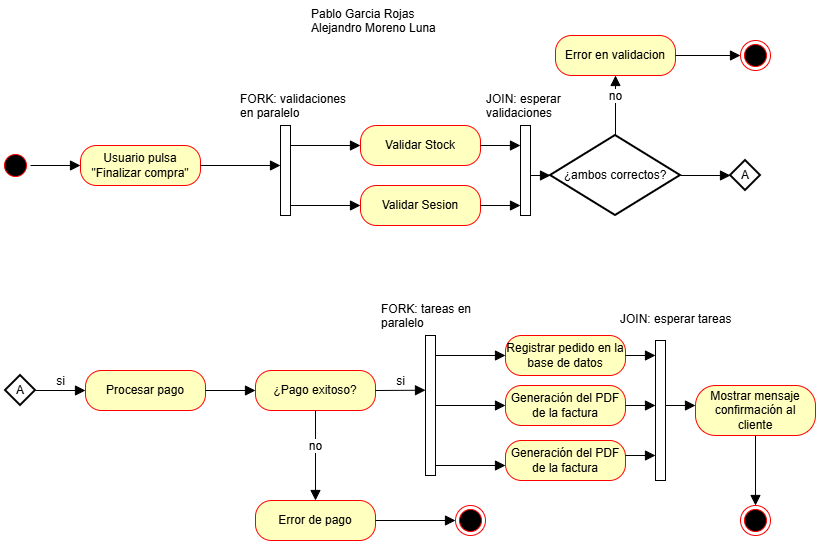
Earlier version of the draw.io export img/Diagrama.drawio.png (alejandromoreno25/EDD_UML_Moreno_Alejandro). Source tidied: cells renumbered, new cells last; positions are measured from the earlier drawing's top-left corner, leaving out a move shared by most shapes. The source it was exported from:
```xml
<mxGraphModel>
  <root>
    <mxCell id="0" />
    <mxCell id="1" parent="0" />
    <mxCell id="2" style="ellipse;html=1;shape=startState;fillColor=#000000;strokeColor=#ff0000;" parent="1" vertex="1">
      <mxGeometry y="150" width="30" height="30" as="geometry" />
    </mxCell>
    <mxCell id="3" style="html=1;points=[[0,0,0,0,5],[0,1,0,0,-5],[1,0,0,0,5],[1,1,0,0,-5]];perimeter=orthogonalPerimeter;outlineConnect=0;targetShapes=umlLifeline;portConstraint=eastwest;newEdgeStyle={&quot;curved&quot;:0,&quot;rounded&quot;:0};" parent="1" vertex="1">
      <mxGeometry x="280" y="125" width="10" height="90" as="geometry" />
    </mxCell>
    <mxCell id="4" value="Usuario pulsa&lt;div&gt;&quot;Finalizar compra&quot;&lt;/div&gt;" style="rounded=1;whiteSpace=wrap;html=1;arcSize=40;fontColor=#000000;fillColor=#ffffc0;strokeColor=#ff0000;" parent="1" vertex="1">
      <mxGeometry x="80" y="145" width="120" height="40" as="geometry" />
    </mxCell>
    <mxCell id="5" value="Validar Stock" style="rounded=1;whiteSpace=wrap;html=1;arcSize=40;fontColor=#000000;fillColor=#ffffc0;strokeColor=#ff0000;" parent="1" vertex="1">
      <mxGeometry x="360" y="125" width="120" height="40" as="geometry" />
    </mxCell>
    <mxCell id="6" value="Validar Sesion" style="rounded=1;whiteSpace=wrap;html=1;arcSize=40;fontColor=#000000;fillColor=#ffffc0;strokeColor=#ff0000;" parent="1" vertex="1">
      <mxGeometry x="360" y="185" width="120" height="40" as="geometry" />
    </mxCell>
    <mxCell id="7" style="html=1;verticalAlign=bottom;endArrow=block;curved=0;rounded=0;fontSize=12;startSize=8;endSize=8;entryX=0;entryY=0.5;entryDx=0;entryDy=0;" parent="1" edge="1" source="3" target="5">
      <mxGeometry relative="1" as="geometry" />
    </mxCell>
    <mxCell id="8" style="html=1;verticalAlign=bottom;endArrow=block;curved=0;rounded=0;fontSize=12;startSize=8;endSize=8;entryX=0;entryY=0.5;entryDx=0;entryDy=0;" parent="1" edge="1" source="3" target="6">
      <mxGeometry relative="1" as="geometry" />
    </mxCell>
    <mxCell id="9" style="html=1;verticalAlign=bottom;endArrow=block;curved=0;rounded=0;fontSize=12;startSize=8;endSize=8;exitX=1;exitY=0.5;exitDx=0;exitDy=0;" parent="1" edge="1" source="4" target="3">
      <mxGeometry relative="1" as="geometry" />
    </mxCell>
    <mxCell id="10" style="html=1;verticalAlign=bottom;endArrow=block;curved=0;rounded=0;fontSize=12;startSize=8;endSize=8;exitX=1;exitY=0.5;exitDx=0;exitDy=0;" parent="1" edge="1" source="2" target="4">
      <mxGeometry relative="1" as="geometry" />
    </mxCell>
    <mxCell id="11" value="¿ambos correctos?" style="strokeWidth=2;html=1;shape=mxgraph.flowchart.decision;whiteSpace=wrap;" parent="1" vertex="1">
      <mxGeometry x="550" y="135" width="130" height="80" as="geometry" />
    </mxCell>
    <mxCell id="12" style="html=1;points=[[0,0,0,0,5],[0,1,0,0,-5],[1,0,0,0,5],[1,1,0,0,-5]];perimeter=orthogonalPerimeter;outlineConnect=0;targetShapes=umlLifeline;portConstraint=eastwest;newEdgeStyle={&quot;curved&quot;:0,&quot;rounded&quot;:0};" parent="1" vertex="1">
      <mxGeometry x="520" y="125" width="10" height="90" as="geometry" />
    </mxCell>
    <mxCell id="13" style="html=1;verticalAlign=bottom;endArrow=block;curved=0;rounded=0;fontSize=12;startSize=8;endSize=8;exitX=1;exitY=0.5;exitDx=0;exitDy=0;" parent="1" edge="1" source="5" target="12">
      <mxGeometry relative="1" as="geometry" />
    </mxCell>
    <mxCell id="14" style="html=1;verticalAlign=bottom;endArrow=block;curved=0;rounded=0;fontSize=12;startSize=8;endSize=8;entryX=0;entryY=0.889;entryDx=0;entryDy=0;entryPerimeter=0;" parent="1" edge="1" source="6" target="12">
      <mxGeometry relative="1" as="geometry" />
    </mxCell>
    <mxCell id="15" style="html=1;verticalAlign=bottom;endArrow=block;curved=0;rounded=0;fontSize=12;startSize=8;endSize=8;entryX=0;entryY=0.5;entryDx=0;entryDy=0;entryPerimeter=0;" parent="1" edge="1" source="12" target="11">
      <mxGeometry relative="1" as="geometry" />
    </mxCell>
    <mxCell id="16" value="A" style="strokeWidth=2;html=1;shape=mxgraph.flowchart.decision;whiteSpace=wrap;" parent="1" vertex="1">
      <mxGeometry x="730" y="160" width="30" height="30" as="geometry" />
    </mxCell>
    <mxCell id="17" style="html=1;verticalAlign=bottom;endArrow=block;curved=0;rounded=0;fontSize=12;startSize=8;endSize=8;entryX=0;entryY=0.5;entryDx=0;entryDy=0;entryPerimeter=0;exitX=1;exitY=0.5;exitDx=0;exitDy=0;exitPerimeter=0;" parent="1" edge="1" source="11" target="16">
      <mxGeometry relative="1" as="geometry" />
    </mxCell>
    <mxCell id="18" value="A" style="strokeWidth=2;html=1;shape=mxgraph.flowchart.decision;whiteSpace=wrap;" parent="1" vertex="1">
      <mxGeometry x="5" y="375" width="30" height="30" as="geometry" />
    </mxCell>
    <mxCell id="19" value="Procesar pago" style="rounded=1;whiteSpace=wrap;html=1;arcSize=40;fontColor=#000000;fillColor=#ffffc0;strokeColor=#ff0000;" parent="1" vertex="1">
      <mxGeometry x="85" y="370" width="120" height="40" as="geometry" />
    </mxCell>
    <mxCell id="20" value="si" style="html=1;verticalAlign=bottom;endArrow=block;curved=0;rounded=0;fontSize=12;startSize=8;endSize=8;entryX=0;entryY=0.5;entryDx=0;entryDy=0;exitX=1;exitY=0.5;exitDx=0;exitDy=0;exitPerimeter=0;" parent="1" edge="1" source="18" target="19">
      <mxGeometry relative="1" as="geometry" />
    </mxCell>
    <mxCell id="21" value="Error en validacion" style="rounded=1;whiteSpace=wrap;html=1;arcSize=40;fontColor=#000000;fillColor=#ffffc0;strokeColor=#ff0000;" parent="1" vertex="1">
      <mxGeometry x="555" y="35" width="120" height="40" as="geometry" />
    </mxCell>
    <mxCell id="22" style="ellipse;html=1;shape=endState;fillColor=#000000;strokeColor=#ff0000;" parent="1" vertex="1">
      <mxGeometry x="740" y="40" width="30" height="30" as="geometry" />
    </mxCell>
    <mxCell id="23" style="html=1;verticalAlign=bottom;endArrow=block;curved=0;rounded=0;fontSize=12;startSize=8;endSize=8;entryX=0;entryY=0.5;entryDx=0;entryDy=0;exitX=1;exitY=0.5;exitDx=0;exitDy=0;" parent="1" edge="1" source="21" target="22">
      <mxGeometry relative="1" as="geometry" />
    </mxCell>
    <mxCell id="24" value="no" style="html=1;verticalAlign=bottom;endArrow=block;curved=0;rounded=0;fontSize=12;startSize=8;endSize=8;entryX=0.5;entryY=1;entryDx=0;entryDy=0;exitX=0.5;exitY=0;exitDx=0;exitDy=0;exitPerimeter=0;" parent="1" edge="1" source="11" target="21">
      <mxGeometry relative="1" as="geometry" />
    </mxCell>
    <mxCell id="25" value="¿Pago exitoso?" style="rounded=1;whiteSpace=wrap;html=1;arcSize=40;fontColor=#000000;fillColor=#ffffc0;strokeColor=#ff0000;" parent="1" vertex="1">
      <mxGeometry x="255" y="370" width="120" height="40" as="geometry" />
    </mxCell>
    <mxCell id="26" style="html=1;verticalAlign=bottom;endArrow=block;curved=0;rounded=0;fontSize=12;startSize=8;endSize=8;entryX=0;entryY=0.5;entryDx=0;entryDy=0;exitX=1;exitY=0.5;exitDx=0;exitDy=0;exitPerimeter=0;" parent="1" edge="1" target="25">
      <mxGeometry relative="1" as="geometry">
        <mxPoint x="205" y="390" as="sourcePoint" />
      </mxGeometry>
    </mxCell>
    <mxCell id="27" value="Error de pago" style="rounded=1;whiteSpace=wrap;html=1;arcSize=40;fontColor=#000000;fillColor=#ffffc0;strokeColor=#ff0000;" parent="1" vertex="1">
      <mxGeometry x="255" y="500" width="120" height="40" as="geometry" />
    </mxCell>
    <mxCell id="28" style="ellipse;html=1;shape=endState;fillColor=#000000;strokeColor=#ff0000;" parent="1" vertex="1">
      <mxGeometry x="455" y="505" width="30" height="30" as="geometry" />
    </mxCell>
    <mxCell id="29" style="html=1;verticalAlign=bottom;endArrow=block;curved=0;rounded=0;fontSize=12;startSize=8;endSize=8;entryX=0;entryY=0.5;entryDx=0;entryDy=0;exitX=1;exitY=0.5;exitDx=0;exitDy=0;" parent="1" edge="1" source="27" target="28">
      <mxGeometry relative="1" as="geometry" />
    </mxCell>
    <mxCell id="30" value="no" style="html=1;verticalAlign=bottom;endArrow=block;curved=0;rounded=0;fontSize=12;startSize=8;endSize=8;entryX=0.5;entryY=0;entryDx=0;entryDy=0;exitX=0.5;exitY=1;exitDx=0;exitDy=0;" parent="1" edge="1" source="25" target="27">
      <mxGeometry relative="1" as="geometry" />
    </mxCell>
    <mxCell id="31" value="si" style="html=1;verticalAlign=bottom;endArrow=block;curved=0;rounded=0;fontSize=12;startSize=8;endSize=8;entryX=0;entryY=0.5;entryDx=0;entryDy=0;" parent="1" edge="1">
      <mxGeometry relative="1" as="geometry">
        <mxPoint x="375" y="390" as="sourcePoint" />
        <mxPoint x="425" y="389.7" as="targetPoint" />
      </mxGeometry>
    </mxCell>
    <mxCell id="32" style="html=1;points=[[0,0,0,0,5],[0,1,0,0,-5],[1,0,0,0,5],[1,1,0,0,-5]];perimeter=orthogonalPerimeter;outlineConnect=0;targetShapes=umlLifeline;portConstraint=eastwest;newEdgeStyle={&quot;curved&quot;:0,&quot;rounded&quot;:0};" parent="1" vertex="1">
      <mxGeometry x="425" y="335" width="10" height="140" as="geometry" />
    </mxCell>
    <mxCell id="33" style="html=1;verticalAlign=bottom;endArrow=block;curved=0;rounded=0;fontSize=12;startSize=8;endSize=8;entryX=0;entryY=0.5;entryDx=0;entryDy=0;" parent="1" edge="1" source="32">
      <mxGeometry relative="1" as="geometry">
        <mxPoint x="505" y="355" as="targetPoint" />
      </mxGeometry>
    </mxCell>
    <mxCell id="34" style="html=1;verticalAlign=bottom;endArrow=block;curved=0;rounded=0;fontSize=12;startSize=8;endSize=8;entryX=0;entryY=0.5;entryDx=0;entryDy=0;" parent="1" edge="1">
      <mxGeometry relative="1" as="geometry">
        <mxPoint x="435" y="405" as="sourcePoint" />
        <mxPoint x="505" y="405" as="targetPoint" />
      </mxGeometry>
    </mxCell>
    <mxCell id="35" value="Registrar pedido en la base de datos" style="rounded=1;whiteSpace=wrap;html=1;arcSize=40;fontColor=#000000;fillColor=#ffffc0;strokeColor=#ff0000;" parent="1" vertex="1">
      <mxGeometry x="505" y="335" width="120" height="40" as="geometry" />
    </mxCell>
    <mxCell id="36" style="html=1;verticalAlign=bottom;endArrow=block;curved=0;rounded=0;fontSize=12;startSize=8;endSize=8;entryX=0;entryY=0.5;entryDx=0;entryDy=0;" parent="1" edge="1">
      <mxGeometry relative="1" as="geometry">
        <mxPoint x="435" y="465" as="sourcePoint" />
        <mxPoint x="505" y="465" as="targetPoint" />
      </mxGeometry>
    </mxCell>
    <mxCell id="37" value="Generación del PDF de la factura" style="rounded=1;whiteSpace=wrap;html=1;arcSize=40;fontColor=#000000;fillColor=#ffffc0;strokeColor=#ff0000;" parent="1" vertex="1">
      <mxGeometry x="505" y="385" width="120" height="40" as="geometry" />
    </mxCell>
    <mxCell id="38" value="Generación del PDF de la factura" style="rounded=1;whiteSpace=wrap;html=1;arcSize=40;fontColor=#000000;fillColor=#ffffc0;strokeColor=#ff0000;" parent="1" vertex="1">
      <mxGeometry x="505" y="440" width="120" height="40" as="geometry" />
    </mxCell>
    <mxCell id="39" style="html=1;points=[[0,0,0,0,5],[0,1,0,0,-5],[1,0,0,0,5],[1,1,0,0,-5]];perimeter=orthogonalPerimeter;outlineConnect=0;targetShapes=umlLifeline;portConstraint=eastwest;newEdgeStyle={&quot;curved&quot;:0,&quot;rounded&quot;:0};" parent="1" vertex="1">
      <mxGeometry x="655" y="340" width="10" height="140" as="geometry" />
    </mxCell>
    <mxCell id="40" style="html=1;verticalAlign=bottom;endArrow=block;curved=0;rounded=0;fontSize=12;startSize=8;endSize=8;exitX=1;exitY=0.5;exitDx=0;exitDy=0;" parent="1" edge="1" source="37" target="39">
      <mxGeometry relative="1" as="geometry" />
    </mxCell>
    <mxCell id="41" style="html=1;verticalAlign=bottom;endArrow=block;curved=0;rounded=0;fontSize=12;startSize=8;endSize=8;exitX=1;exitY=0.5;exitDx=0;exitDy=0;" parent="1" edge="1" source="35" target="39">
      <mxGeometry relative="1" as="geometry" />
    </mxCell>
    <mxCell id="42" style="html=1;verticalAlign=bottom;endArrow=block;curved=0;rounded=0;fontSize=12;startSize=8;endSize=8;" parent="1" edge="1" target="39">
      <mxGeometry relative="1" as="geometry">
        <mxPoint x="625" y="455" as="sourcePoint" />
        <Array as="points">
          <mxPoint x="625" y="455" />
        </Array>
      </mxGeometry>
    </mxCell>
    <mxCell id="43" style="html=1;verticalAlign=bottom;endArrow=block;curved=0;rounded=0;fontSize=12;startSize=8;endSize=8;exitX=1;exitY=0.5;exitDx=0;exitDy=0;" parent="1" edge="1">
      <mxGeometry relative="1" as="geometry">
        <mxPoint x="665" y="405" as="sourcePoint" />
        <mxPoint x="695" y="405" as="targetPoint" />
      </mxGeometry>
    </mxCell>
    <mxCell id="44" value="Mostrar mensaje&lt;div&gt;confirmación al cliente&lt;/div&gt;" style="rounded=1;whiteSpace=wrap;html=1;arcSize=40;fontColor=#000000;fillColor=#ffffc0;strokeColor=#ff0000;" parent="1" vertex="1">
      <mxGeometry x="695" y="385" width="120" height="50" as="geometry" />
    </mxCell>
    <mxCell id="45" value="FORK: validaciones en paralelo" style="text;strokeColor=none;fillColor=none;align=left;verticalAlign=top;spacingLeft=4;spacingRight=4;overflow=hidden;whiteSpace=wrap;html=1;" parent="1" vertex="1">
      <mxGeometry x="234" y="85" width="126" height="40" as="geometry" />
    </mxCell>
    <mxCell id="46" value="JOIN: esperar validaciones" style="text;strokeColor=none;fillColor=none;align=left;verticalAlign=top;spacingLeft=4;spacingRight=4;overflow=hidden;whiteSpace=wrap;html=1;" parent="1" vertex="1">
      <mxGeometry x="480" y="85" width="126" height="40" as="geometry" />
    </mxCell>
    <mxCell id="47" value="FORK: tareas en paralelo" style="text;strokeColor=none;fillColor=none;align=left;verticalAlign=top;spacingLeft=4;spacingRight=4;overflow=hidden;whiteSpace=wrap;html=1;" parent="1" vertex="1">
      <mxGeometry x="375" y="295" width="126" height="40" as="geometry" />
    </mxCell>
    <mxCell id="48" value="JOIN: esperar tareas" style="text;strokeColor=none;fillColor=none;align=left;verticalAlign=top;spacingLeft=4;spacingRight=4;overflow=hidden;whiteSpace=wrap;html=1;" parent="1" vertex="1">
      <mxGeometry x="614" y="305" width="126" height="40" as="geometry" />
    </mxCell>
    <mxCell id="49" value="Pablo Garcia Rojas&lt;div&gt;Alejandro Moreno Luna&lt;/div&gt;" style="text;strokeColor=none;fillColor=none;align=left;verticalAlign=top;spacingLeft=4;spacingRight=4;overflow=hidden;whiteSpace=wrap;html=1;" parent="1" vertex="1">
      <mxGeometry x="305" width="180" height="40" as="geometry" />
    </mxCell>
    <mxCell id="50" style="ellipse;html=1;shape=endState;fillColor=#000000;strokeColor=#ff0000;" parent="1" vertex="1">
      <mxGeometry x="740" y="505" width="30" height="30" as="geometry" />
    </mxCell>
    <mxCell id="51" style="html=1;verticalAlign=bottom;endArrow=block;curved=0;rounded=0;fontSize=12;startSize=8;endSize=8;entryX=0.5;entryY=0;entryDx=0;entryDy=0;" parent="1" edge="1" source="44" target="50">
      <mxGeometry relative="1" as="geometry" />
    </mxCell>
  </root>
</mxGraphModel>
```
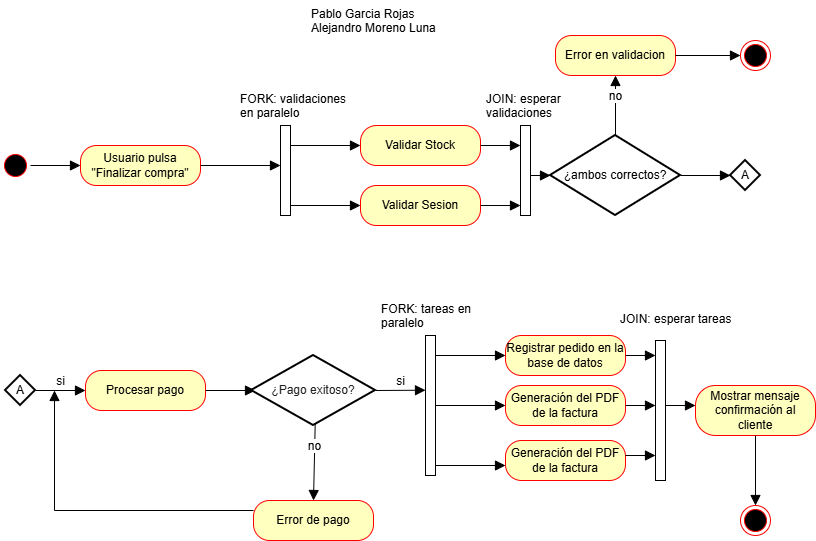
After the change.

Commit message:
subida de los cambios de los archivos

Diff of the diagram source:
```diff
@@ -71,25 +71,27 @@
     <mxCell id="24" value="no" style="html=1;verticalAlign=bottom;endArrow=block;curved=0;rounded=0;fontSize=12;startSize=8;endSize=8;entryX=0.5;entryY=1;entryDx=0;entryDy=0;exitX=0.5;exitY=0;exitDx=0;exitDy=0;exitPerimeter=0;" parent="1" edge="1" source="11" target="21">
       <mxGeometry relative="1" as="geometry" />
     </mxCell>
-    <mxCell id="25" value="¿Pago exitoso?" style="rounded=1;whiteSpace=wrap;html=1;arcSize=40;fontColor=#000000;fillColor=#ffffc0;strokeColor=#ff0000;" parent="1" vertex="1">
-      <mxGeometry x="255" y="370" width="120" height="40" as="geometry" />
-    </mxCell>
-    <mxCell id="26" style="html=1;verticalAlign=bottom;endArrow=block;curved=0;rounded=0;fontSize=12;startSize=8;endSize=8;entryX=0;entryY=0.5;entryDx=0;entryDy=0;exitX=1;exitY=0.5;exitDx=0;exitDy=0;exitPerimeter=0;" parent="1" edge="1" target="25">
+    <mxCell id="26" style="html=1;verticalAlign=bottom;endArrow=block;curved=0;rounded=0;fontSize=12;startSize=8;endSize=8;entryX=0;entryY=0.5;entryDx=0;entryDy=0;exitX=1;exitY=0.5;exitDx=0;exitDy=0;exitPerimeter=0;" parent="1" edge="1">
       <mxGeometry relative="1" as="geometry">
         <mxPoint x="205" y="390" as="sourcePoint" />
+        <mxPoint x="255" y="390" as="targetPoint" />
       </mxGeometry>
     </mxCell>
     <mxCell id="27" value="Error de pago" style="rounded=1;whiteSpace=wrap;html=1;arcSize=40;fontColor=#000000;fillColor=#ffffc0;strokeColor=#ff0000;" parent="1" vertex="1">
-      <mxGeometry x="255" y="500" width="120" height="40" as="geometry" />
+      <mxGeometry x="253" y="500" width="120" height="40" as="geometry" />
     </mxCell>
-    <mxCell id="28" style="ellipse;html=1;shape=endState;fillColor=#000000;strokeColor=#ff0000;" parent="1" vertex="1">
-      <mxGeometry x="455" y="505" width="30" height="30" as="geometry" />
-    </mxCell>
-    <mxCell id="29" style="html=1;verticalAlign=bottom;endArrow=block;curved=0;rounded=0;fontSize=12;startSize=8;endSize=8;entryX=0;entryY=0.5;entryDx=0;entryDy=0;exitX=1;exitY=0.5;exitDx=0;exitDy=0;" parent="1" edge="1" source="27" target="28">
-      <mxGeometry relative="1" as="geometry" />
+    <mxCell id="29" style="html=1;verticalAlign=bottom;endArrow=block;curved=0;rounded=0;fontSize=12;startSize=8;endSize=8;exitX=0;exitY=0.25;exitDx=0;exitDy=0;" parent="1" edge="1" source="27">
+      <mxGeometry relative="1" as="geometry">
+        <mxPoint x="54" y="390" as="targetPoint" />
+        <Array as="points">
+          <mxPoint x="54" y="510" />
+        </Array>
+      </mxGeometry>
     </mxCell>
-    <mxCell id="30" value="no" style="html=1;verticalAlign=bottom;endArrow=block;curved=0;rounded=0;fontSize=12;startSize=8;endSize=8;entryX=0.5;entryY=0;entryDx=0;entryDy=0;exitX=0.5;exitY=1;exitDx=0;exitDy=0;" parent="1" edge="1" source="25" target="27">
-      <mxGeometry relative="1" as="geometry" />
+    <mxCell id="30" value="no" style="html=1;verticalAlign=bottom;endArrow=block;curved=0;rounded=0;fontSize=12;startSize=8;endSize=8;entryX=0.5;entryY=0;entryDx=0;entryDy=0;exitX=0.5;exitY=1;exitDx=0;exitDy=0;" parent="1" edge="1" target="27">
+      <mxGeometry relative="1" as="geometry">
+        <mxPoint x="315" y="410" as="sourcePoint" />
+      </mxGeometry>
     </mxCell>
     <mxCell id="31" value="si" style="html=1;verticalAlign=bottom;endArrow=block;curved=0;rounded=0;fontSize=12;startSize=8;endSize=8;entryX=0;entryY=0.5;entryDx=0;entryDy=0;" parent="1" edge="1">
       <mxGeometry relative="1" as="geometry">
@@ -173,5 +175,8 @@
     <mxCell id="51" style="html=1;verticalAlign=bottom;endArrow=block;curved=0;rounded=0;fontSize=12;startSize=8;endSize=8;entryX=0.5;entryY=0;entryDx=0;entryDy=0;" parent="1" edge="1" source="44" target="50">
       <mxGeometry relative="1" as="geometry" />
     </mxCell>
+    <mxCell id="25" value="&lt;span style=&quot;color: rgb(33, 33, 33);&quot;&gt;¿Pago exitoso?&lt;/span&gt;" style="strokeWidth=2;html=1;shape=mxgraph.flowchart.decision;whiteSpace=wrap;" parent="1" vertex="1">
+      <mxGeometry x="251" y="355" width="124" height="70" as="geometry" />
+    </mxCell>
   </root>
 </mxGraphModel>
```
